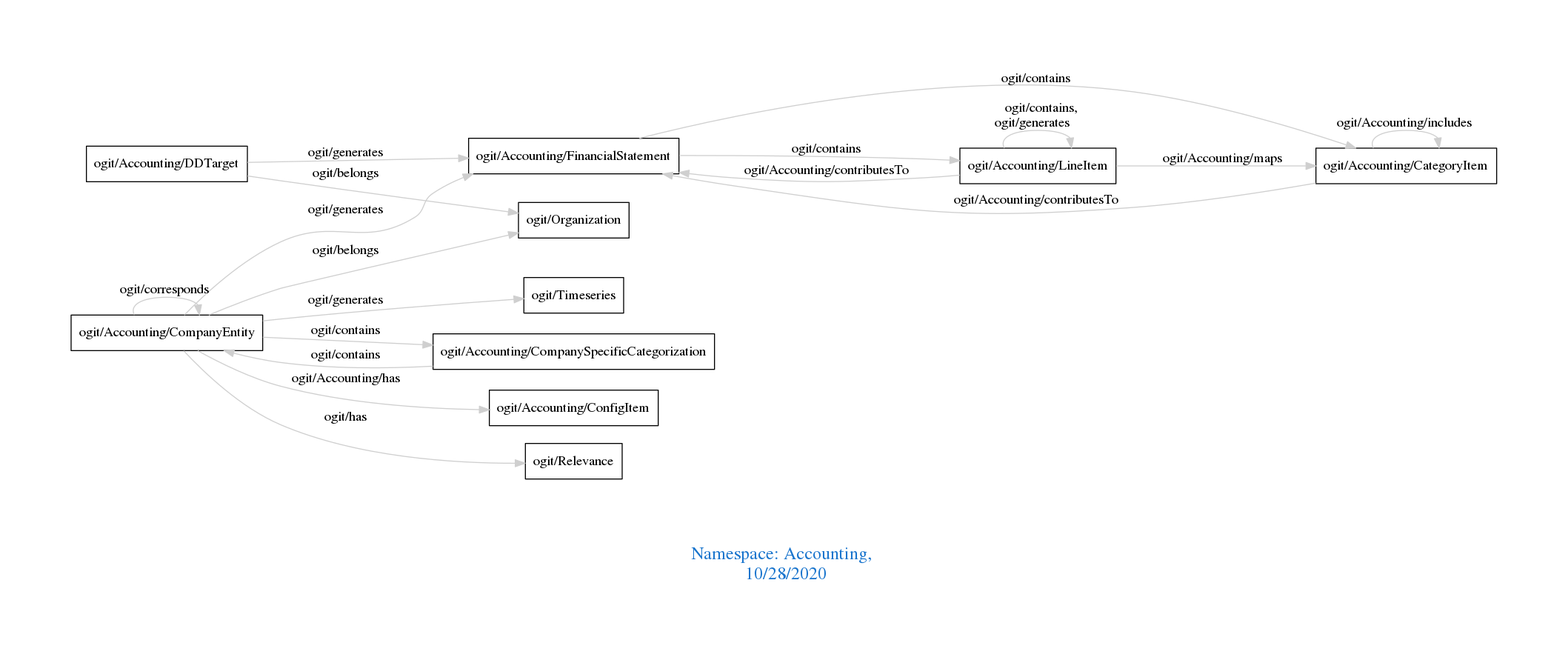
The Graphviz diagram downloads/Accounting.png in arago/OGIT, before a commit. Its source is kept beside it as downloads/Accounting.dot.
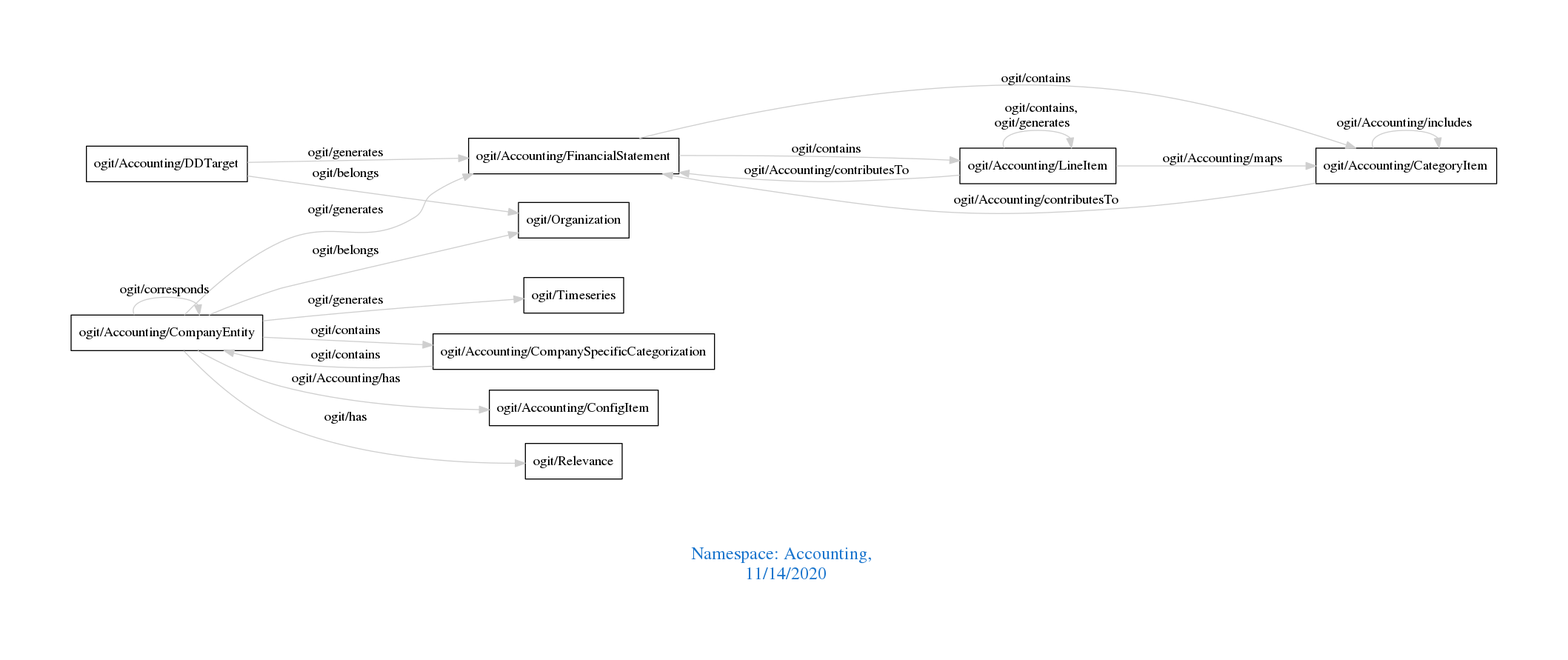
The same file after the commit.

Diff of the diagram source:
```diff
@@ -1,7 +1,7 @@
 digraph OGIT_ontology {
  graph [ rankdir= LR,pad=1
 fontsize = 18,
-fontcolor= dodgerblue3,label = "\n\n\nNamespace: Accounting, \n 10/28/2020"];
+fontcolor= dodgerblue3,label = "\n\n\nNamespace: Accounting, \n 11/14/2020"];
 node[shape=polygon];
 edge [  color="gray81"];
 
```
